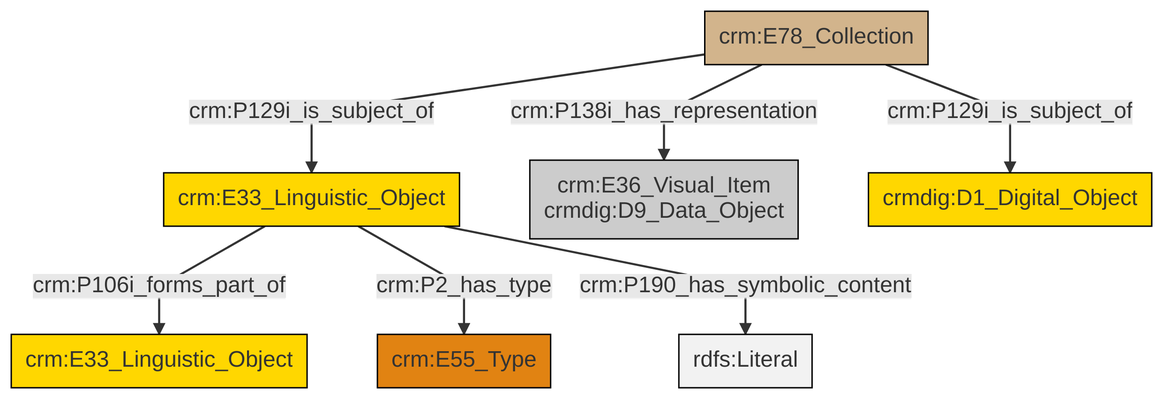
Before: et/archivalCSV/ttl/mmd/png/archival_docs.png, a diagram exported from Mermaid (swiss-art-research-net/docs.swissartresearch). Its source is kept beside it as et/archivalCSV/ttl/mmd/archival_docs.ttl.mmd.
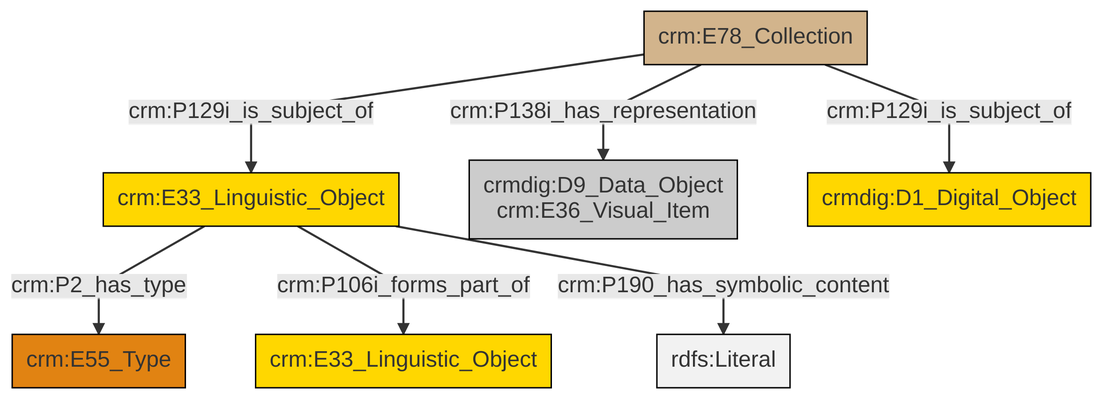
Later version of the same file.

The edit, as a diff of the source:
```diff
@@ -13,9 +13,9 @@
 classDef PC_Classes fill:#4ce600, stroke:#000000;
 classDef Multi fill:#cccccc,stroke:#000000;
 
-0["crm:E78_Collection"]:::Physical_Thing -->|crm:P129i_is_subject_of| 1["crm:E33_Linguistic_Object"]:::Conceptual_Object
-0["crm:E78_Collection"]:::Physical_Thing -->|crm:P138i_has_representation| 2["crm:E36_Visual_Item<br>crmdig:D9_Data_Object"]:::Multi
-1["crm:E33_Linguistic_Object"]:::Conceptual_Object -->|crm:P106i_forms_part_of| 5["crm:E33_Linguistic_Object"]:::Conceptual_Object
-1["crm:E33_Linguistic_Object"]:::Conceptual_Object -->|crm:P2_has_type| 7["crm:E55_Type"]:::Type
-1["crm:E33_Linguistic_Object"]:::Conceptual_Object -->|crm:P190_has_symbolic_content| 12[rdfs:Literal]:::Literal
-0["crm:E78_Collection"]:::Physical_Thing -->|crm:P129i_is_subject_of| 3["crmdig:D1_Digital_Object"]:::Conceptual_Object
+0["crm:E33_Linguistic_Object"]:::Conceptual_Object -->|crm:P2_has_type| 1["crm:E55_Type"]:::Type
+0["crm:E33_Linguistic_Object"]:::Conceptual_Object -->|crm:P106i_forms_part_of| 3["crm:E33_Linguistic_Object"]:::Conceptual_Object
+4["crm:E78_Collection"]:::Physical_Thing -->|crm:P138i_has_representation| 5["crmdig:D9_Data_Object<br>crm:E36_Visual_Item"]:::Multi
+0["crm:E33_Linguistic_Object"]:::Conceptual_Object -->|crm:P190_has_symbolic_content| 10[rdfs:Literal]:::Literal
+4["crm:E78_Collection"]:::Physical_Thing -->|crm:P129i_is_subject_of| 11["crmdig:D1_Digital_Object"]:::Conceptual_Object
+4["crm:E78_Collection"]:::Physical_Thing -->|crm:P129i_is_subject_of| 0["crm:E33_Linguistic_Object"]:::Conceptual_Object
```
